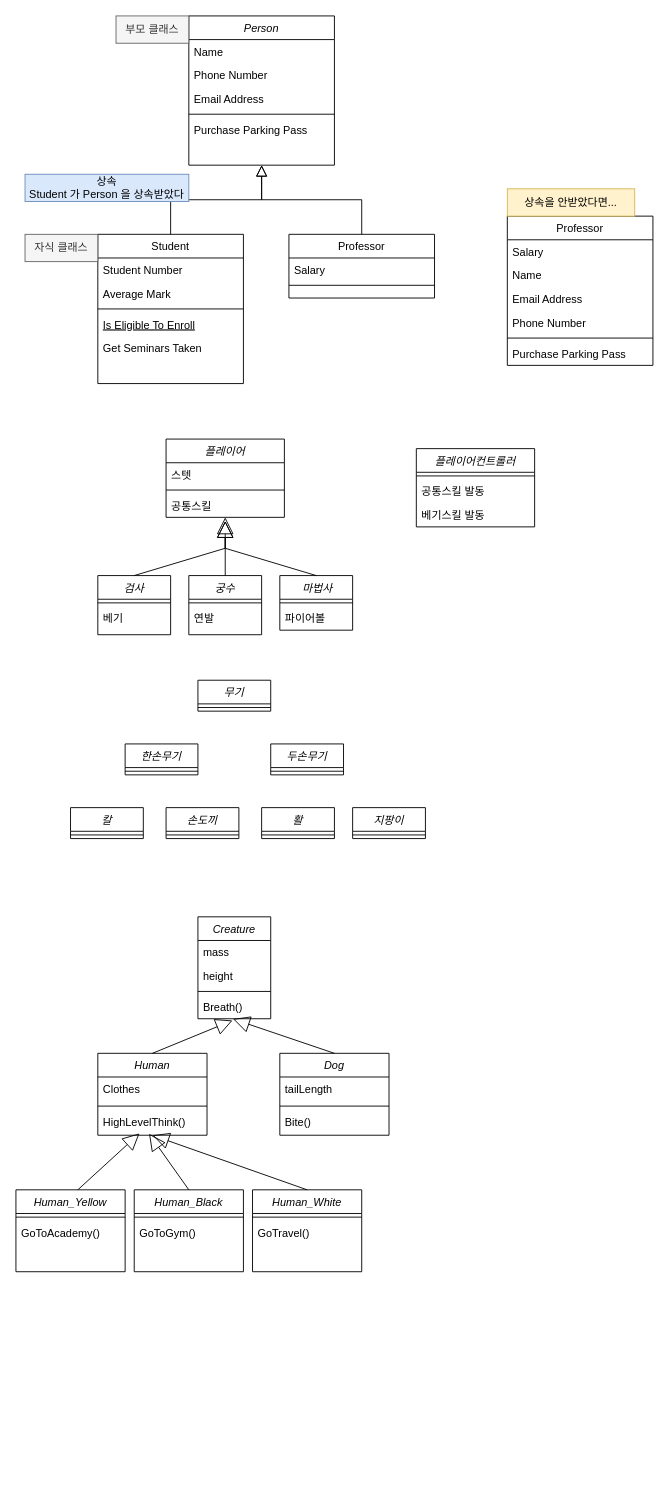
Earlier version of the draw.io diagram Class.drawio (luke-youngmin-cho/Client_1st). Source tidied: cells renumbered, new cells numbered last; positions are measured from the earlier drawing's top-left corner, leaving out a move shared by most shapes. Both pictures are drawn from the tidied source at 91%, with x=0, y=0 at pixel (15, 15).
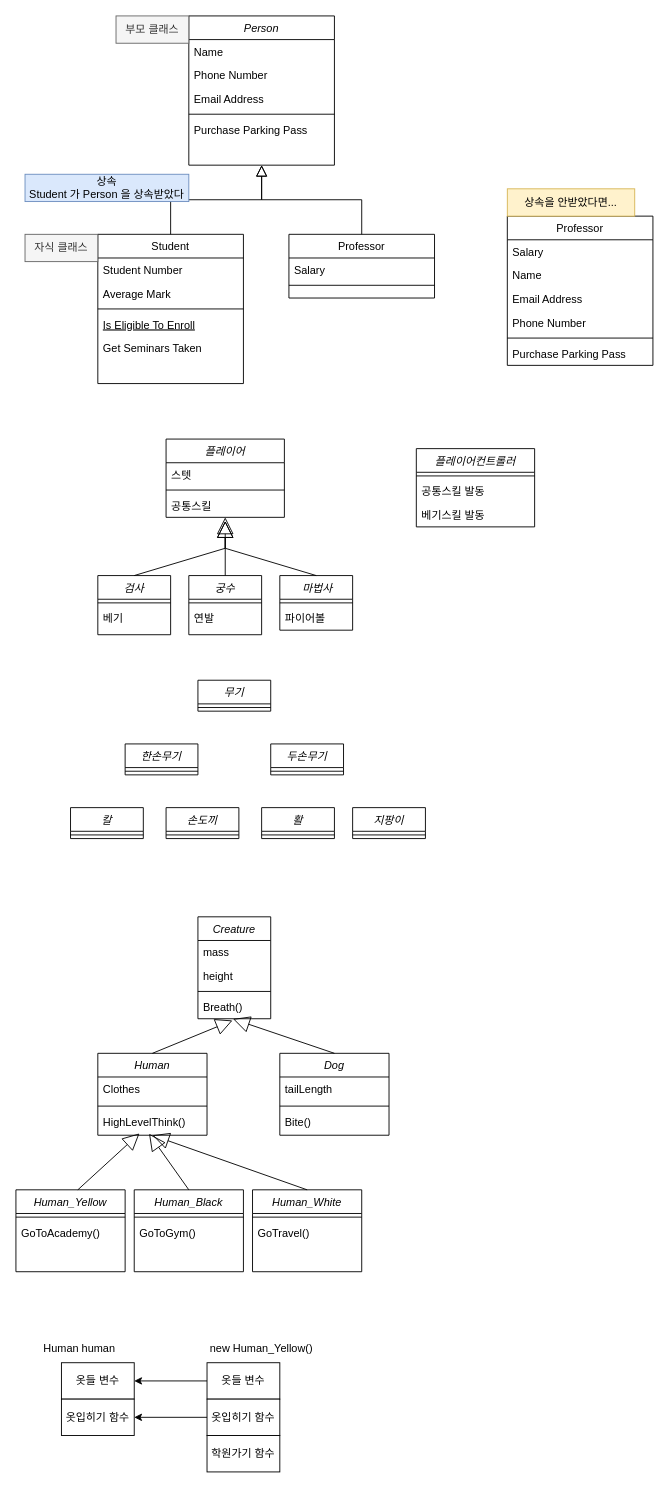
The same diagram, later.

What changed in the source:
```diff
@@
+    <mxCell id="91" value="옷들 변수" style="rounded=0;whiteSpace=wrap;html=1;" parent="1" vertex="1">
+      <mxGeometry x="50" y="1480" width="80" height="40" as="geometry" />
+    </mxCell>
+    <mxCell id="92" value="Human human" style="text;html=1;strokeColor=none;fillColor=none;align=center;verticalAlign=middle;whiteSpace=wrap;rounded=0;" parent="1" vertex="1">
+      <mxGeometry x="10" y="1450" width="120" height="30" as="geometry" />
+    </mxCell>
+    <mxCell id="93" value="옷입히기 함수" style="rounded=0;whiteSpace=wrap;html=1;" parent="1" vertex="1">
+      <mxGeometry x="50" y="1520" width="80" height="40" as="geometry" />
+    </mxCell>
+    <mxCell id="94" value="new Human_Yellow()" style="text;html=1;strokeColor=none;fillColor=none;align=center;verticalAlign=middle;whiteSpace=wrap;rounded=0;" parent="1" vertex="1">
+      <mxGeometry x="210" y="1450" width="120" height="30" as="geometry" />
+    </mxCell>
+    <mxCell id="95" value="옷들 변수" style="rounded=0;whiteSpace=wrap;html=1;" parent="1" vertex="1">
+      <mxGeometry x="210" y="1480" width="80" height="40" as="geometry" />
+    </mxCell>
+    <mxCell id="96" value="학원가기 함수" style="rounded=0;whiteSpace=wrap;html=1;" parent="1" vertex="1">
+      <mxGeometry x="210" y="1560" width="80" height="40" as="geometry" />
+    </mxCell>
+    <mxCell id="97" value="옷입히기 함수" style="rounded=0;whiteSpace=wrap;html=1;" parent="1" vertex="1">
+      <mxGeometry x="210" y="1520" width="80" height="40" as="geometry" />
+    </mxCell>
+    <mxCell id="98" style="endArrow=classic;html=1;rounded=0;entryX=1;entryY=0.5;entryDx=0;entryDy=0;exitX=0;exitY=0.5;exitDx=0;exitDy=0;" parent="1" edge="1" source="95" target="91">
+      <mxGeometry relative="1" as="geometry" />
+    </mxCell>
+    <mxCell id="99" style="endArrow=classic;html=1;rounded=0;entryX=1;entryY=0.5;entryDx=0;entryDy=0;exitX=0;exitY=0.5;exitDx=0;exitDy=0;" parent="1" edge="1" source="97" target="93">
+      <mxGeometry relative="1" as="geometry" />
+    </mxCell>
```
